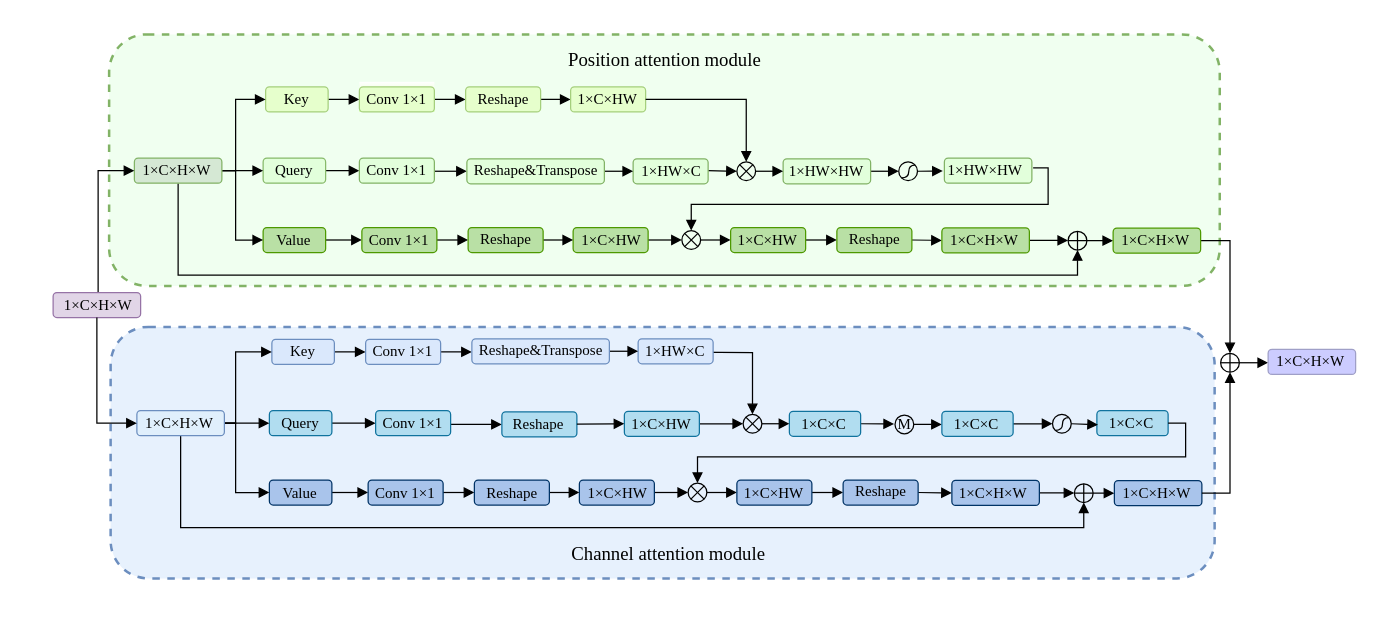
Above: page "Page-1" (1 of 6) of semi_supervise.drawio in qiuluyi/Remote-sensing (draw.io), before the change. Source tidied: cells renumbered, new cells numbered last; positions are measured from the earlier drawing's top-left corner, leaving out a move shared by most shapes. Both pictures are drawn from the tidied source at 125%, with x=0, y=0 at pixel (52, 34).
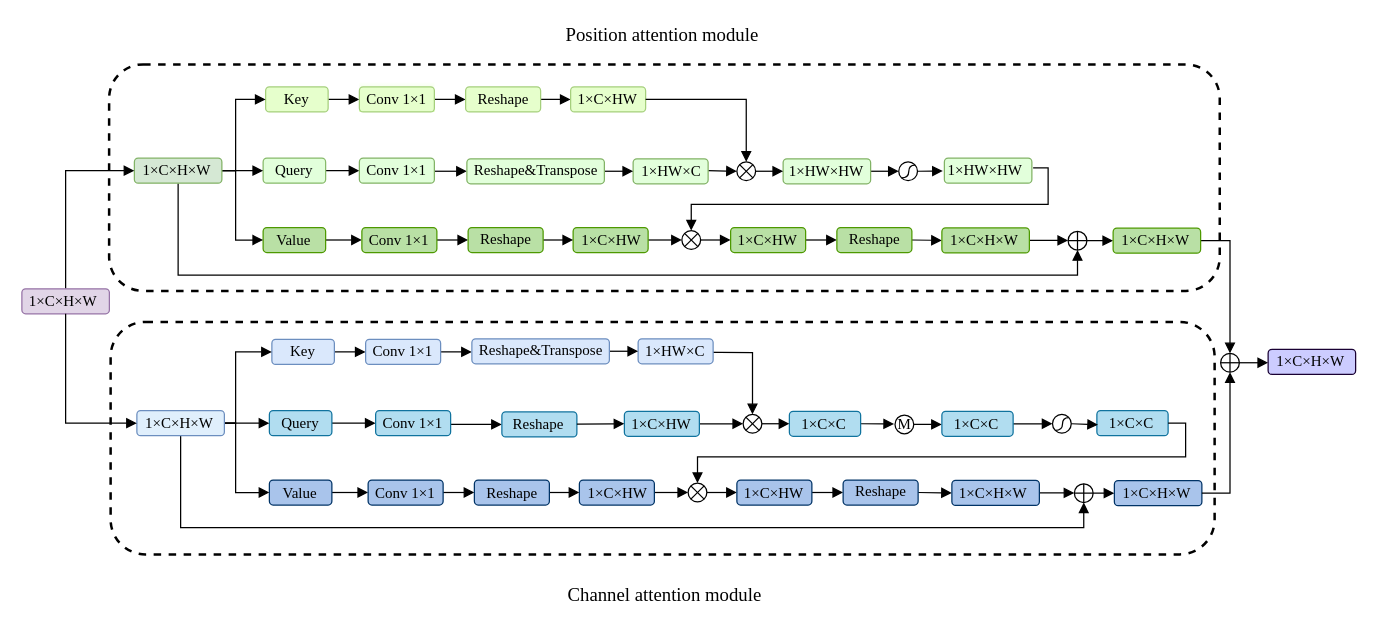
The same page after the edit.

The change refers to these unchanged cells:
```xml
<mxCell id="36" value="&lt;p style=&quot;line-height: 1&quot;&gt;&lt;br&gt;&lt;/p&gt;" style="rounded=1;whiteSpace=wrap;html=1;fontFamily=Times New Roman;fillColor=#d5e8d4;strokeColor=#82b366;" parent="1" vertex="1">
  <mxGeometry x="65" y="99" width="70" height="20" as="geometry" />
</mxCell>
<mxCell id="104" value="&lt;p style=&quot;line-height: 1&quot;&gt;&lt;br&gt;&lt;/p&gt;" style="rounded=1;whiteSpace=wrap;html=1;fontFamily=Times New Roman;fillColor=#E0EFFC;strokeColor=#6c8ebf;" parent="1" vertex="1">
  <mxGeometry x="67" y="301" width="70" height="20" as="geometry" />
</mxCell>
```

Change to the diagram source:
```diff
@@
-    <mxCell id="2" style="rounded=1;whiteSpace=wrap;html=1;fillColor=#E7F1FD;strokeColor=#6c8ebf;dashed=1;strokeWidth=2;" parent="1" vertex="1">
-      <mxGeometry x="46" y="234" width="883.2" height="201.2" as="geometry" />
+    <mxCell id="2" style="rounded=1;whiteSpace=wrap;html=1;fillColor=none;strokeColor=#000000;dashed=1;strokeWidth=2;" parent="1" vertex="1">
+      <mxGeometry x="46" y="230" width="883.2" height="186" as="geometry" />
     </mxCell>
-    <mxCell id="3" style="rounded=1;whiteSpace=wrap;html=1;fillColor=#F0FFF0;strokeColor=#82b366;dashed=1;strokeWidth=2;" parent="1" vertex="1">
-      <mxGeometry x="44.8" width="888.5" height="201.2" as="geometry" />
+    <mxCell id="3" style="rounded=1;whiteSpace=wrap;html=1;dashed=1;strokeWidth=2;" parent="1" vertex="1">
+      <mxGeometry x="44.8" y="24" width="888.5" height="181.2" as="geometry" />
     </mxCell>
@@
-    <mxCell id="157" value="&lt;p style=&quot;line-height: 1&quot;&gt;&lt;br&gt;&lt;/p&gt;" style="rounded=1;whiteSpace=wrap;html=1;fontFamily=Times New Roman;fillColor=#CCCCFF;strokeColor=#9F9FC7;" parent="1" vertex="1">
+    <mxCell id="157" value="&lt;p style=&quot;line-height: 1&quot;&gt;&lt;br&gt;&lt;/p&gt;" style="rounded=1;whiteSpace=wrap;html=1;fontFamily=Times New Roman;fillColor=#CCCCFF;strokeColor=#190033;" parent="1" vertex="1">
       <mxGeometry x="972" y="252" width="70" height="20" as="geometry" />
     </mxCell>
@@
-    <mxCell id="159" style="edgeStyle=orthogonalEdgeStyle;rounded=0;jumpSize=0;jettySize=auto;html=1;entryX=0;entryY=0.5;entryDx=0;entryDy=0;fontFamily=Times New Roman;fontSize=11;fontColor=#000000;startArrow=none;startFill=0;endArrow=block;endFill=1;exitX=0.458;exitY=0.991;exitDx=0;exitDy=0;exitPerimeter=0;" parent="1" edge="1" source="162" target="36">
+    <mxCell id="159" style="edgeStyle=orthogonalEdgeStyle;rounded=0;jumpSize=0;jettySize=auto;html=1;entryX=0;entryY=0.5;entryDx=0;entryDy=0;fontFamily=Times New Roman;fontSize=11;fontColor=#000000;startArrow=none;startFill=0;endArrow=block;endFill=1;exitX=0.5;exitY=0;exitDx=0;exitDy=0;" parent="1" edge="1" source="160" target="36">
       <mxGeometry relative="1" as="geometry">
         <Array as="points">
-          <mxPoint x="37" y="216" />
-          <mxPoint x="36" y="217" />
-          <mxPoint x="36" y="109" />
+          <mxPoint x="10" y="109" />
         </Array>
       </mxGeometry>
     </mxCell>
     <mxCell id="160" value="&lt;p style=&quot;line-height: 1&quot;&gt;&lt;br&gt;&lt;/p&gt;" style="rounded=1;whiteSpace=wrap;html=1;fontFamily=Times New Roman;fillColor=#e1d5e7;strokeColor=#9673a6;" parent="1" vertex="1">
-      <mxGeometry y="206.5" width="70" height="20" as="geometry" />
+      <mxGeometry x="-25" y="203.5" width="70" height="20" as="geometry" />
     </mxCell>
     <mxCell id="161" style="edgeStyle=orthogonalEdgeStyle;rounded=0;jumpSize=0;jettySize=auto;html=1;entryX=0;entryY=0.5;entryDx=0;entryDy=0;fontFamily=Times New Roman;fontSize=11;fontColor=#000000;startArrow=none;startFill=0;endArrow=block;endFill=1;exitX=0.5;exitY=1;exitDx=0;exitDy=0;" parent="1" edge="1" source="160" target="104">
       <mxGeometry relative="1" as="geometry">
         <Array as="points">
-          <mxPoint x="35" y="311" />
+          <mxPoint x="10" y="311" />
         </Array>
       </mxGeometry>
     </mxCell>
     <mxCell id="162" value="&lt;div style=&quot;text-align: center&quot;&gt;&lt;font face=&quot;times new roman&quot;&gt;1×C×H×W&lt;/font&gt;&lt;/div&gt;" style="text;whiteSpace=wrap;html=1;fontFamily=Times New Roman;" parent="1" vertex="1">
-      <mxGeometry x="7" y="202.5" width="62" height="14" as="geometry" />
+      <mxGeometry x="-21" y="200.2" width="62" height="14" as="geometry" />
     </mxCell>
     <mxCell id="163" value="Position attention module" style="text;html=1;align=center;verticalAlign=middle;strokeColor=none;fillColor=none;fontFamily=Times New Roman;fontSize=15;" parent="1" vertex="1">
-      <mxGeometry x="404" y="10" width="170" height="20" as="geometry" />
+      <mxGeometry x="402" y="-10" width="170" height="20" as="geometry" />
     </mxCell>
     <mxCell id="164" value="Channel attention module" style="text;html=1;align=center;verticalAlign=middle;strokeColor=none;fillColor=none;fontFamily=Times New Roman;fontSize=15;" parent="1" vertex="1">
-      <mxGeometry x="407" y="405" width="170" height="20" as="geometry" />
+      <mxGeometry x="404" y="438" width="170" height="20" as="geometry" />
     </mxCell>
```
